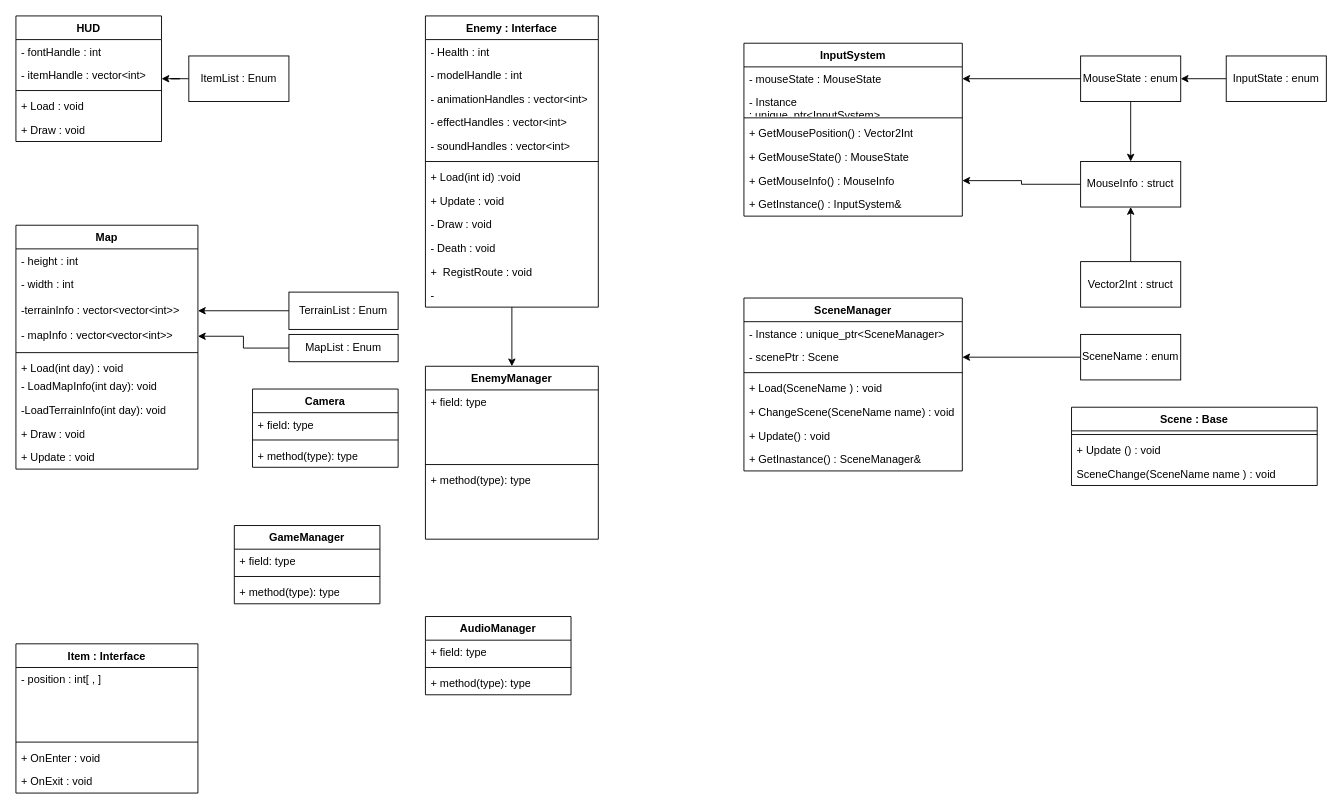
tky2302126/PP2nd keeps this draw.io diagram as PP2nd_ClassUML.drawio. Above is the earlier version. Source tidied: cells renumbered, new cells numbered last; positions are measured from the earlier drawing's top-left corner, leaving out a move shared by most shapes. Both pictures are drawn from the tidied source at 91%, with x=0, y=0 at pixel (15, 15).
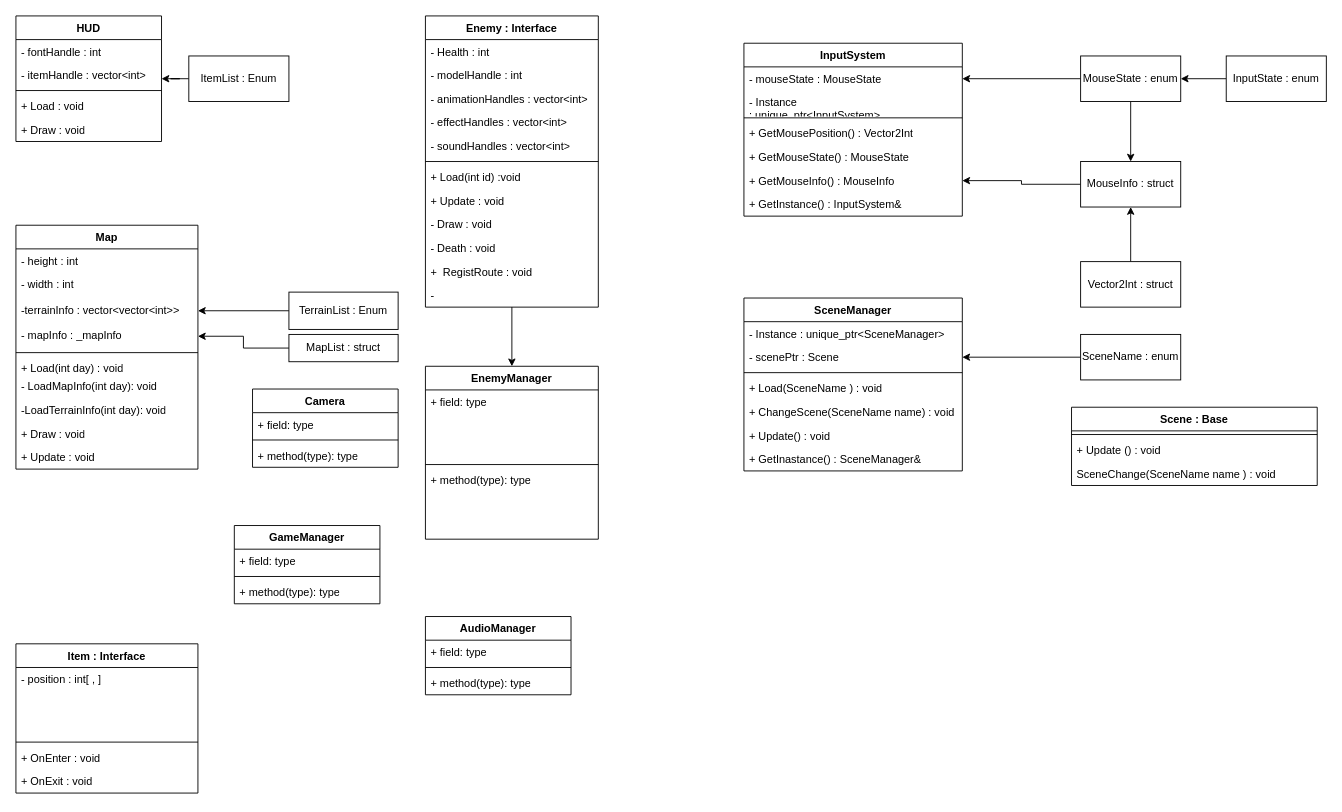
Above is the later version.

The change refers to these unchanged cells:
```xml
<mxCell id="10" value="Map" style="swimlane;fontStyle=1;align=center;verticalAlign=top;horizontal=1;startSize=26;whiteSpace=wrap;html=1;" parent="1" vertex="1">
  <mxGeometry y="230" width="200" height="268" as="geometry" />
</mxCell>
```

Change to the diagram source:
```diff
@@
-    <mxCell id="14" value="- mapInfo : vector&amp;lt;vector&amp;lt;int&amp;gt;&amp;gt;" style="text;strokeColor=none;fillColor=none;align=left;verticalAlign=top;spacingLeft=4;spacingRight=4;overflow=hidden;points=[[0,0.5],[1,0.5]];portConstraint=eastwest;whiteSpace=wrap;html=1;" parent="10" vertex="1">
+    <mxCell id="14" value="- mapInfo : _mapInfo" style="text;strokeColor=none;fillColor=none;align=left;verticalAlign=top;spacingLeft=4;spacingRight=4;overflow=hidden;points=[[0,0.5],[1,0.5]];portConstraint=eastwest;whiteSpace=wrap;html=1;" parent="10" vertex="1">
       <mxGeometry y="108" width="200" height="28" as="geometry" />
     </mxCell>
@@
-    <mxCell id="24" value="MapList : Enum" style="html=1;whiteSpace=wrap;" parent="1" vertex="1">
+    <mxCell id="24" value="MapList : struct" style="html=1;whiteSpace=wrap;" parent="1" vertex="1">
       <mxGeometry x="300" y="350" width="120" height="30" as="geometry" />
     </mxCell>
```
